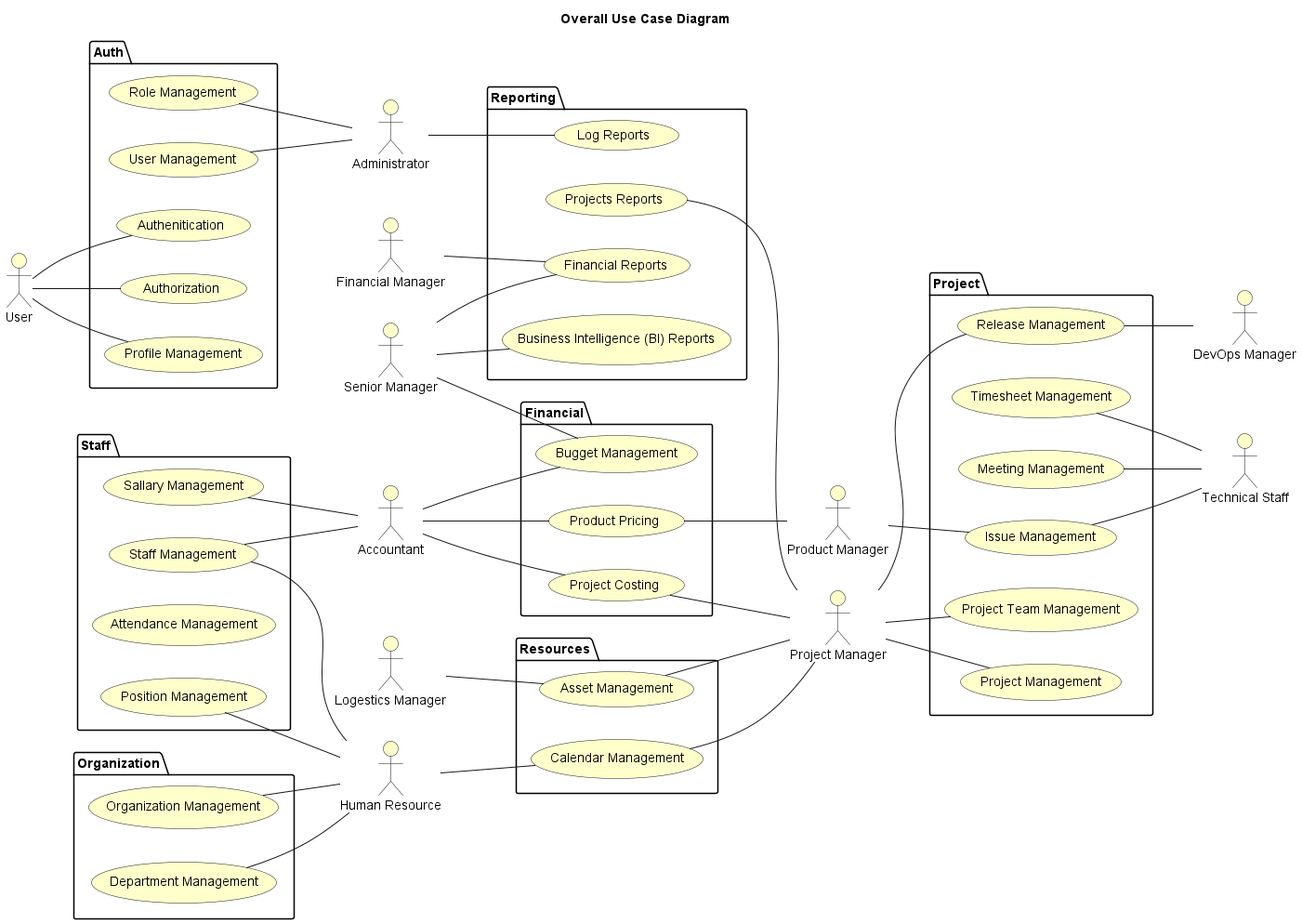
The PlantUML diagram HorizonUml/out/UseCase/Use Case/Overall/OverallUseCaseDiagram.png in mahyaresteki/Horizon, before a commit.
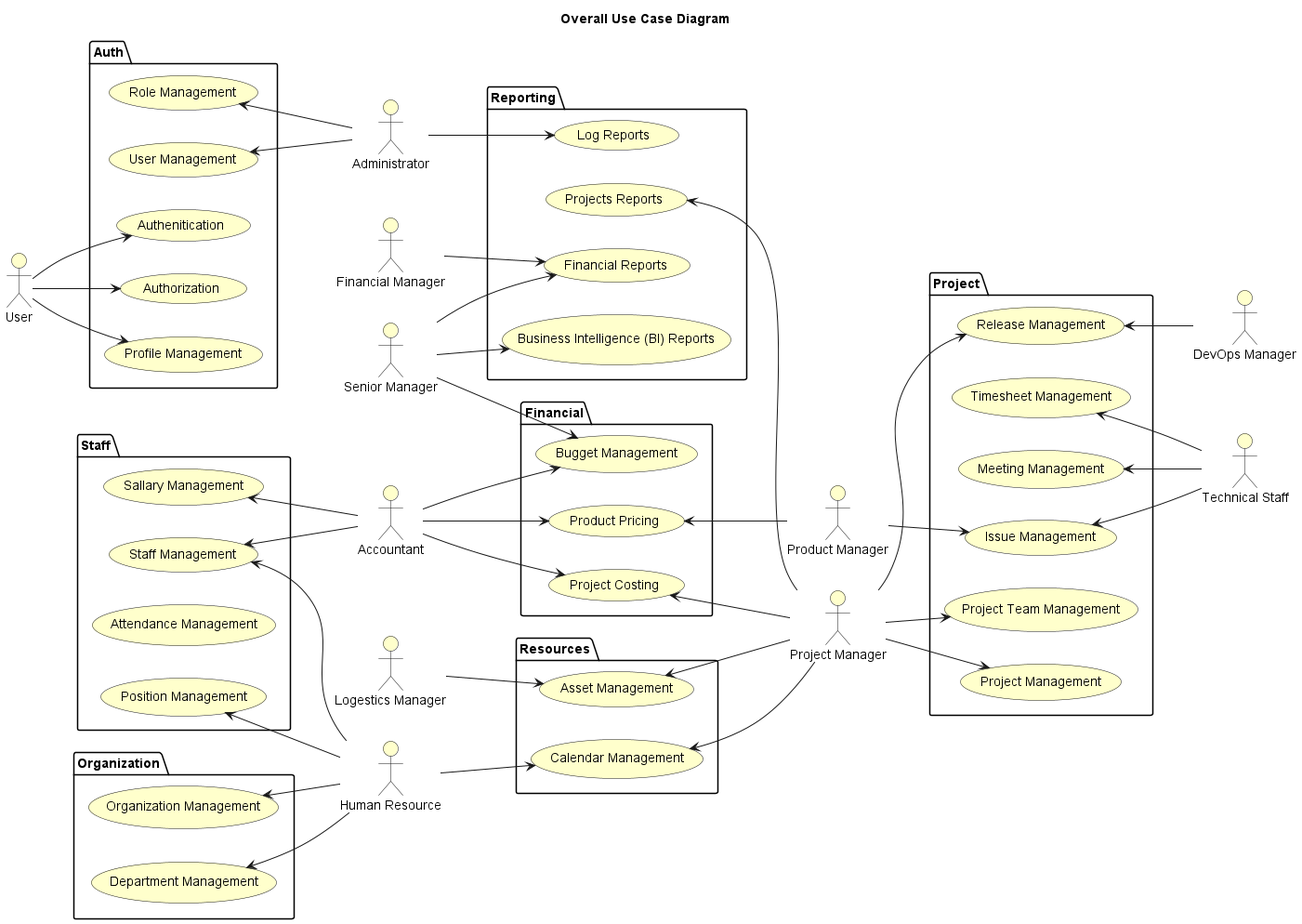
After the change.

The edit, as a diff of the source:
```diff
@@ -68,41 +68,41 @@
 
 
 
-User -- authentication
-User -- authorization
-User -- profileManagement
-roleManagement -- Admin
-userManagement -- Admin
-staffManagement -- HR
-staffManagement -- Accountant
-sallaryManagement -- Accountant
-Accountant -- costing
-Accountant -- pricing
-Accountant -- bugget
-pricing -- ProductManager
-ProductManager -- issueManagement
-costing -- PMO
-SeniorManager -- bugget
-positionManagement -- HR
-departmentManagement -- HR
-organizationManagement -- HR
-PMO -- projectManagement
-PMO -- projectTeamManagement
-PMO -- releaseManagement
-HR -- calendarManagement
-assetManagement -- PMO
-calendarManagement -- PMO
-LogesticsManager -- assetManagement
+User --> authentication
+User --> authorization
+User --> profileManagement
+roleManagement <-- Admin
+userManagement <-- Admin
+staffManagement <-- HR
+staffManagement <-- Accountant
+sallaryManagement <-- Accountant
+Accountant --> costing
+Accountant --> pricing
+Accountant --> bugget
+pricing <-- ProductManager
+ProductManager --> issueManagement
+costing <-- PMO
+SeniorManager --> bugget
+positionManagement <-- HR
+departmentManagement <-- HR
+organizationManagement <-- HR
+PMO --> projectManagement
+PMO --> projectTeamManagement
+PMO --> releaseManagement
+HR --> calendarManagement
+assetManagement <-- PMO
+calendarManagement <-- PMO
+LogesticsManager --> assetManagement
 
-releaseManagement -- DevOpsManager
-issueManagement -- TechnicalStaff
-meetingManagement -- TechnicalStaff
-timesheetManagement -- TechnicalStaff
+releaseManagement <-- DevOpsManager
+issueManagement <-- TechnicalStaff
+meetingManagement <-- TechnicalStaff
+timesheetManagement <-- TechnicalStaff
 
-Admin -- logReport
-Fmanager -- financialReport
-SeniorManager -- financialReport
-SeniorManager -- biReport
-projectReport -- PMO
+Admin --> logReport
+Fmanager --> financialReport
+SeniorManager --> financialReport
+SeniorManager --> biReport
+projectReport <-- PMO
 
 @enduml
```
